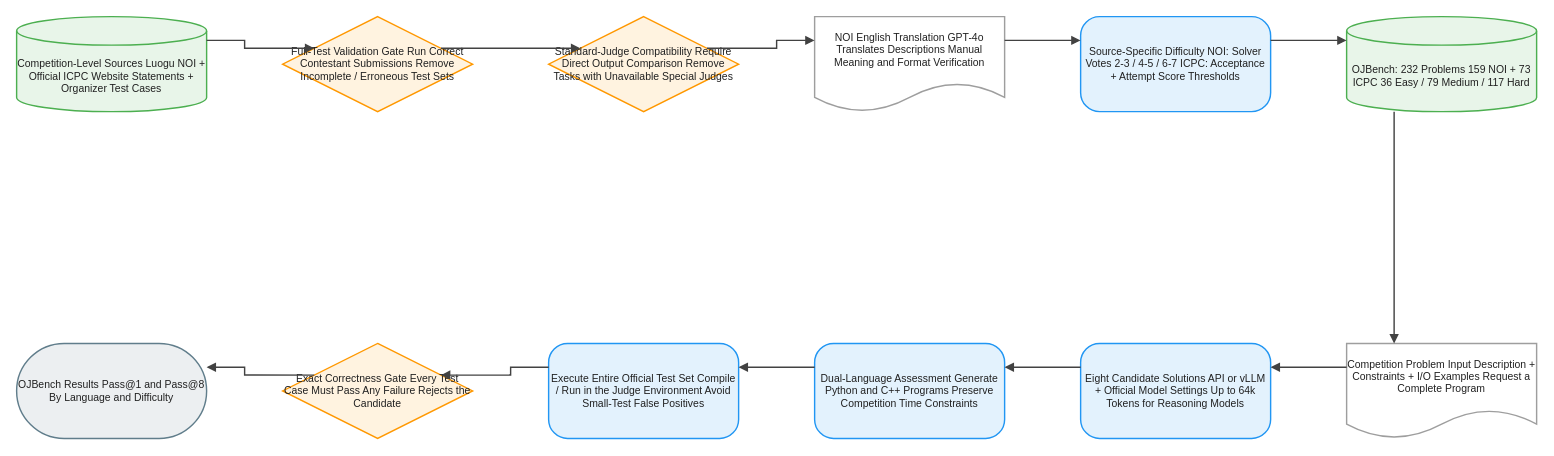
Before: client/public/drawio/OJBench/OJBench.en.drawio in joe1chief/benchmark-hub, a draw.io diagram. Source tidied: cells renumbered, new cells numbered last; positions are measured from the earlier drawing's top-left corner, leaving out a move shared by most shapes. Both pictures are drawn from the tidied source at 95%, with x=0, y=0 at pixel (16, 16).
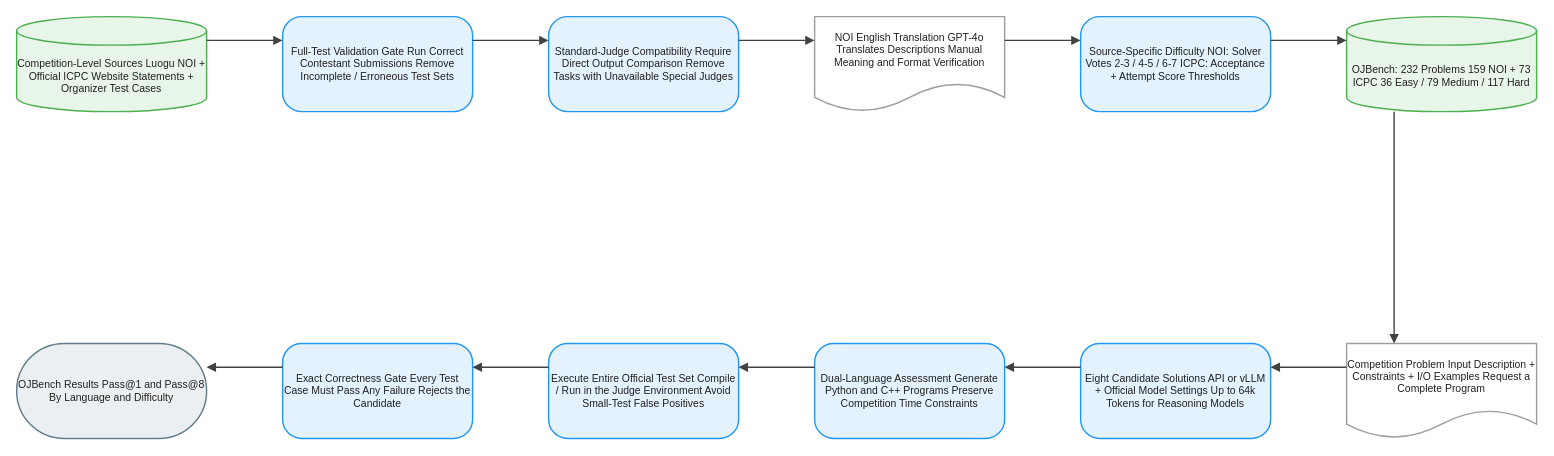
The same page after the edit.

Change to the diagram source:
```diff
@@
-    <mxCell id="3" value="Full-Test Validation Gate Run Correct Contestant Submissions Remove Incomplete / Erroneous Test Sets" style="rhombus;html=1;whiteSpace=wrap;fillColor=#FFF3E0;strokeColor=#FF9800;strokeWidth=1.5;fontColor=#212121;fontSize=11;fontFamily=Arial, Helvetica, sans-serif;verticalAlign=middle;align=center;" parent="1" vertex="1">
+    <mxCell id="3" value="Full-Test Validation Gate Run Correct Contestant Submissions Remove Incomplete / Erroneous Test Sets" style="rounded=1;arcSize=20;html=1;whiteSpace=wrap;fillColor=#E3F2FD;strokeColor=#2196F3;strokeWidth=1.5;fontColor=#212121;fontSize=11;fontFamily=Arial, Helvetica, sans-serif;verticalAlign=middle;align=center;" parent="1" vertex="1">
       <mxGeometry x="280" width="200" height="100" as="geometry" />
     </mxCell>
-    <mxCell id="4" value="Standard-Judge Compatibility Require Direct Output Comparison Remove Tasks with Unavailable Special Judges" style="rhombus;html=1;whiteSpace=wrap;fillColor=#FFF3E0;strokeColor=#FF9800;strokeWidth=1.5;fontColor=#212121;fontSize=11;fontFamily=Arial, Helvetica, sans-serif;verticalAlign=middle;align=center;" parent="1" vertex="1">
+    <mxCell id="4" value="Standard-Judge Compatibility Require Direct Output Comparison Remove Tasks with Unavailable Special Judges" style="rounded=1;arcSize=20;html=1;whiteSpace=wrap;fillColor=#E3F2FD;strokeColor=#2196F3;strokeWidth=1.5;fontColor=#212121;fontSize=11;fontFamily=Arial, Helvetica, sans-serif;verticalAlign=middle;align=center;" parent="1" vertex="1">
       <mxGeometry x="560" width="200" height="100" as="geometry" />
     </mxCell>
@@
-    <mxCell id="12" value="Exact Correctness Gate Every Test Case Must Pass Any Failure Rejects the Candidate" style="rhombus;html=1;whiteSpace=wrap;fillColor=#FFF3E0;strokeColor=#FF9800;strokeWidth=1.5;fontColor=#212121;fontSize=11;fontFamily=Arial, Helvetica, sans-serif;verticalAlign=middle;align=center;" parent="1" vertex="1">
+    <mxCell id="12" value="Exact Correctness Gate Every Test Case Must Pass Any Failure Rejects the Candidate" style="rounded=1;arcSize=20;html=1;whiteSpace=wrap;fillColor=#E3F2FD;strokeColor=#2196F3;strokeWidth=1.5;fontColor=#212121;fontSize=11;fontFamily=Arial, Helvetica, sans-serif;verticalAlign=middle;align=center;" parent="1" vertex="1">
       <mxGeometry x="280" y="344" width="200" height="100" as="geometry" />
     </mxCell>
```
